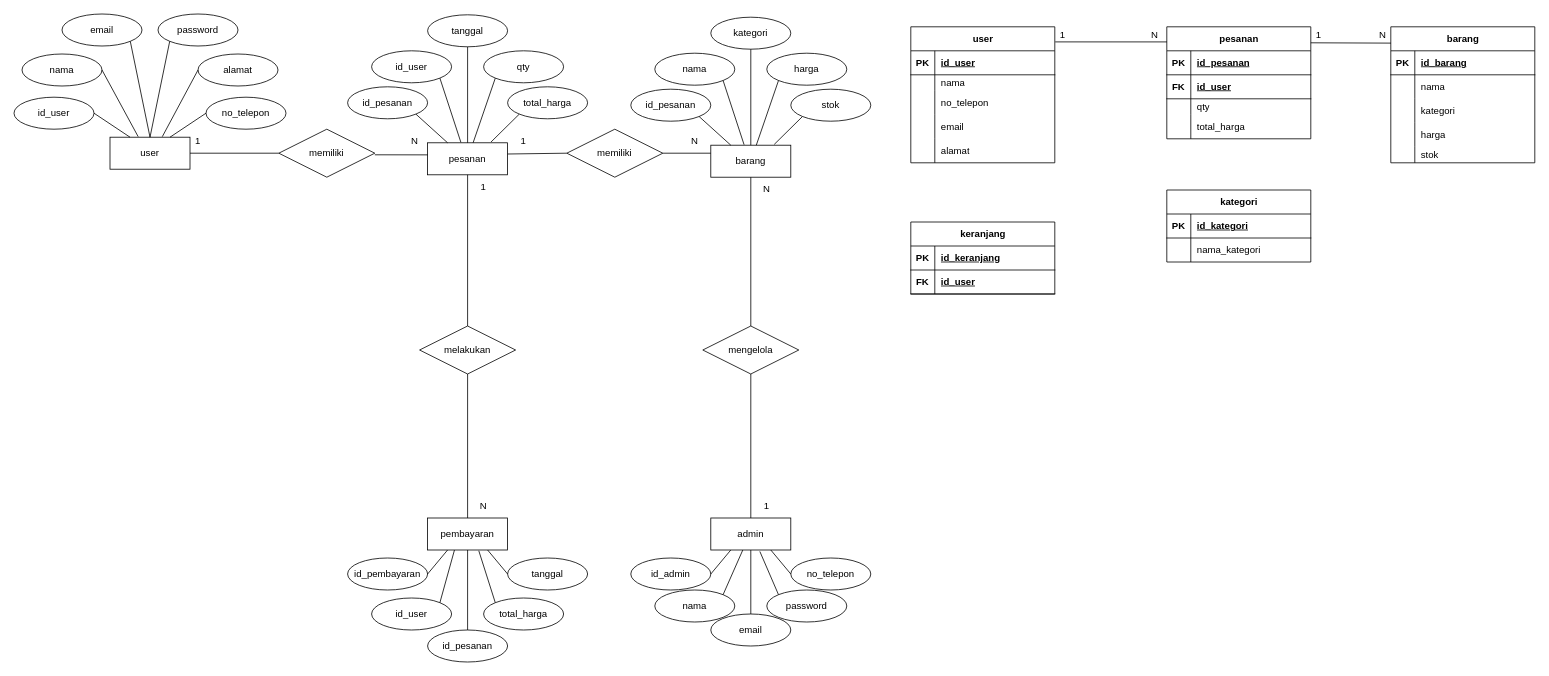
The draw.io diagram ERD-Ecommerce-Elektronik.drawio in zerocode0806/Flowchart-E-Comerce-Elektronik, before the edit. Source tidied: cells renumbered, new cells numbered last; positions are measured from the earlier drawing's top-left corner, leaving out a move shared by most shapes. Both pictures are drawn from the tidied source at 80%, with x=0, y=0 at pixel (14, 14).
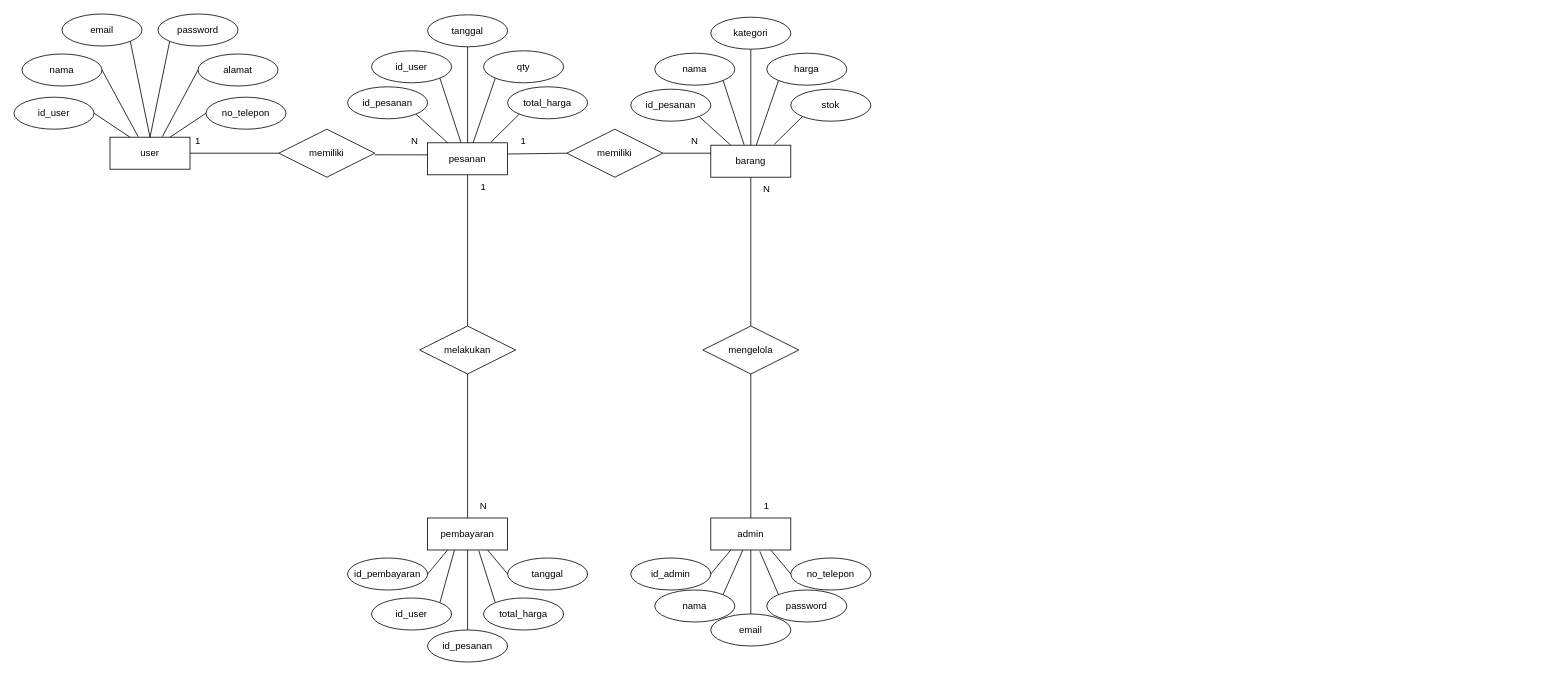
After the change.

Change to the diagram source:
```diff
@@
-    <mxCell id="8" value="user" style="shape=table;startSize=30;childLayout=tableLayout;rowLines=0;fontStyle=1;align=center;html=1;" parent="1" vertex="1">
-      <mxGeometry x="1121" y="16" width="180" height="170" as="geometry" />
-    </mxCell>
-    <mxCell id="9" style="shape=tableRow;horizontal=0;startSize=0;swimlaneHead=0;swimlaneBody=0;fillColor=none;top=0;left=0;right=0;bottom=1;" parent="8" vertex="1">
-      <mxGeometry y="30" width="180" height="30" as="geometry" />
-    </mxCell>
-    <mxCell id="10" value="PK" style="shape=partialRectangle;fillColor=none;top=0;left=0;bottom=0;right=0;fontStyle=1;overflow=hidden;whiteSpace=wrap;html=1;" parent="9" vertex="1">
-      <mxGeometry width="30" height="30" as="geometry" />
-    </mxCell>
-    <mxCell id="11" value="id_user" style="shape=partialRectangle;fillColor=none;top=0;left=0;bottom=0;right=0;align=left;spacingLeft=6;fontStyle=5;overflow=hidden;whiteSpace=wrap;html=1;" parent="9" vertex="1">
-      <mxGeometry x="30" width="150" height="30" as="geometry" />
-    </mxCell>
-    <mxCell id="12" style="shape=tableRow;horizontal=0;startSize=0;swimlaneHead=0;swimlaneBody=0;fillColor=none;top=0;left=0;right=0;bottom=0;" parent="8" vertex="1">
-      <mxGeometry y="60" width="180" height="20" as="geometry" />
-    </mxCell>
-    <mxCell id="13" style="shape=partialRectangle;fillColor=none;top=0;left=0;bottom=0;right=0;overflow=hidden;whiteSpace=wrap;html=1;" parent="12" vertex="1">
-      <mxGeometry width="30" height="20" as="geometry" />
-    </mxCell>
-    <mxCell id="14" value="nama" style="shape=partialRectangle;fillColor=none;top=0;left=0;bottom=0;right=0;align=left;spacingLeft=6;overflow=hidden;whiteSpace=wrap;html=1;" parent="12" vertex="1">
-      <mxGeometry x="30" width="150" height="20" as="geometry" />
-    </mxCell>
-    <mxCell id="15" style="shape=tableRow;horizontal=0;startSize=0;swimlaneHead=0;swimlaneBody=0;fillColor=none;top=0;left=0;right=0;bottom=0;" parent="8" vertex="1">
-      <mxGeometry y="80" width="180" height="30" as="geometry" />
-    </mxCell>
-    <mxCell id="16" style="shape=partialRectangle;fillColor=none;top=0;left=0;bottom=0;right=0;overflow=hidden;whiteSpace=wrap;html=1;" parent="15" vertex="1">
-      <mxGeometry width="30" height="30" as="geometry" />
-    </mxCell>
-    <mxCell id="17" value="no_telepon" style="shape=partialRectangle;fillColor=none;top=0;left=0;bottom=0;right=0;align=left;spacingLeft=6;overflow=hidden;whiteSpace=wrap;html=1;" parent="15" vertex="1">
-      <mxGeometry x="30" width="150" height="30" as="geometry" />
-    </mxCell>
-    <mxCell id="18" style="shape=tableRow;horizontal=0;startSize=0;swimlaneHead=0;swimlaneBody=0;fillColor=none;top=0;left=0;right=0;bottom=0;" parent="8" vertex="1">
-      <mxGeometry y="110" width="180" height="30" as="geometry" />
-    </mxCell>
-    <mxCell id="19" style="shape=partialRectangle;fillColor=none;top=0;left=0;bottom=0;right=0;overflow=hidden;whiteSpace=wrap;html=1;" parent="18" vertex="1">
-      <mxGeometry width="30" height="30" as="geometry" />
-    </mxCell>
-    <mxCell id="20" value="email" style="shape=partialRectangle;fillColor=none;top=0;left=0;bottom=0;right=0;align=left;spacingLeft=6;overflow=hidden;whiteSpace=wrap;html=1;" parent="18" vertex="1">
-      <mxGeometry x="30" width="150" height="30" as="geometry" />
-    </mxCell>
-    <mxCell id="21" style="shape=tableRow;horizontal=0;startSize=0;swimlaneHead=0;swimlaneBody=0;fillColor=none;top=0;left=0;right=0;bottom=0;" parent="8" vertex="1">
-      <mxGeometry y="140" width="180" height="30" as="geometry" />
-    </mxCell>
-    <mxCell id="22" style="shape=partialRectangle;fillColor=none;top=0;left=0;bottom=0;right=0;overflow=hidden;whiteSpace=wrap;html=1;" parent="21" vertex="1">
-      <mxGeometry width="30" height="30" as="geometry" />
-    </mxCell>
-    <mxCell id="23" value="alamat" style="shape=partialRectangle;fillColor=none;top=0;left=0;bottom=0;right=0;align=left;spacingLeft=6;overflow=hidden;whiteSpace=wrap;html=1;" parent="21" vertex="1">
-      <mxGeometry x="30" width="150" height="30" as="geometry" />
-    </mxCell>
-    <mxCell id="24" value="barang" style="shape=table;startSize=30;childLayout=tableLayout;rowLines=0;fontStyle=1;align=center;html=1;" parent="1" vertex="1">
-      <mxGeometry x="1721" y="16" width="180" height="170" as="geometry" />
-    </mxCell>
-    <mxCell id="25" style="shape=tableRow;horizontal=0;startSize=0;swimlaneHead=0;swimlaneBody=0;fillColor=none;top=0;left=0;right=0;bottom=1;" parent="24" vertex="1">
-      <mxGeometry y="30" width="180" height="30" as="geometry" />
-    </mxCell>
-    <mxCell id="26" value="PK" style="shape=partialRectangle;fillColor=none;top=0;left=0;bottom=0;right=0;fontStyle=1;overflow=hidden;whiteSpace=wrap;html=1;" parent="25" vertex="1">
-      <mxGeometry width="30" height="30" as="geometry" />
-    </mxCell>
-    <mxCell id="27" value="id_barang" style="shape=partialRectangle;fillColor=none;top=0;left=0;bottom=0;right=0;align=left;spacingLeft=6;fontStyle=5;overflow=hidden;whiteSpace=wrap;html=1;" parent="25" vertex="1">
-      <mxGeometry x="30" width="150" height="30" as="geometry" />
-    </mxCell>
-    <mxCell id="28" style="shape=tableRow;horizontal=0;startSize=0;swimlaneHead=0;swimlaneBody=0;fillColor=none;top=0;left=0;right=0;bottom=0;" parent="24" vertex="1">
-      <mxGeometry y="60" width="180" height="30" as="geometry" />
-    </mxCell>
-    <mxCell id="29" style="shape=partialRectangle;fillColor=none;top=0;left=0;bottom=0;right=0;overflow=hidden;whiteSpace=wrap;html=1;" parent="28" vertex="1">
-      <mxGeometry width="30" height="30" as="geometry" />
-    </mxCell>
-    <mxCell id="30" value="nama" style="shape=partialRectangle;fillColor=none;top=0;left=0;bottom=0;right=0;align=left;spacingLeft=6;overflow=hidden;whiteSpace=wrap;html=1;" parent="28" vertex="1">
-      <mxGeometry x="30" width="150" height="30" as="geometry" />
-    </mxCell>
-    <mxCell id="31" style="shape=tableRow;horizontal=0;startSize=0;swimlaneHead=0;swimlaneBody=0;fillColor=none;top=0;left=0;right=0;bottom=0;" parent="24" vertex="1">
-      <mxGeometry y="90" width="180" height="30" as="geometry" />
-    </mxCell>
-    <mxCell id="32" style="shape=partialRectangle;fillColor=none;top=0;left=0;bottom=0;right=0;overflow=hidden;whiteSpace=wrap;html=1;" parent="31" vertex="1">
-      <mxGeometry width="30" height="30" as="geometry" />
-    </mxCell>
-    <mxCell id="33" value="kategori" style="shape=partialRectangle;fillColor=none;top=0;left=0;bottom=0;right=0;align=left;spacingLeft=6;overflow=hidden;whiteSpace=wrap;html=1;" parent="31" vertex="1">
-      <mxGeometry x="30" width="150" height="30" as="geometry" />
-    </mxCell>
-    <mxCell id="34" style="shape=tableRow;horizontal=0;startSize=0;swimlaneHead=0;swimlaneBody=0;fillColor=none;top=0;left=0;right=0;bottom=0;" parent="24" vertex="1">
-      <mxGeometry y="120" width="180" height="30" as="geometry" />
-    </mxCell>
-    <mxCell id="35" style="shape=partialRectangle;fillColor=none;top=0;left=0;bottom=0;right=0;overflow=hidden;whiteSpace=wrap;html=1;" parent="34" vertex="1">
-      <mxGeometry width="30" height="30" as="geometry" />
-    </mxCell>
-    <mxCell id="36" value="harga" style="shape=partialRectangle;fillColor=none;top=0;left=0;bottom=0;right=0;align=left;spacingLeft=6;overflow=hidden;whiteSpace=wrap;html=1;" parent="34" vertex="1">
-      <mxGeometry x="30" width="150" height="30" as="geometry" />
-    </mxCell>
-    <mxCell id="37" style="shape=tableRow;horizontal=0;startSize=0;swimlaneHead=0;swimlaneBody=0;fillColor=none;top=0;left=0;right=0;bottom=0;" parent="24" vertex="1">
-      <mxGeometry y="150" width="180" height="20" as="geometry" />
-    </mxCell>
-    <mxCell id="38" style="shape=partialRectangle;fillColor=none;top=0;left=0;bottom=0;right=0;overflow=hidden;whiteSpace=wrap;html=1;" parent="37" vertex="1">
-      <mxGeometry width="30" height="20" as="geometry" />
-    </mxCell>
-    <mxCell id="39" value="stok" style="shape=partialRectangle;fillColor=none;top=0;left=0;bottom=0;right=0;align=left;spacingLeft=6;overflow=hidden;whiteSpace=wrap;html=1;" parent="37" vertex="1">
-      <mxGeometry x="30" width="150" height="20" as="geometry" />
-    </mxCell>
-    <mxCell id="40" value="pesanan" style="shape=table;startSize=30;childLayout=tableLayout;rowLines=0;fontStyle=1;align=center;html=1;" parent="1" vertex="1">
-      <mxGeometry x="1441" y="16" width="180" height="140" as="geometry" />
-    </mxCell>
-    <mxCell id="41" style="shape=tableRow;horizontal=0;startSize=0;swimlaneHead=0;swimlaneBody=0;fillColor=none;top=0;left=0;right=0;bottom=1;" parent="40" vertex="1">
-      <mxGeometry y="30" width="180" height="30" as="geometry" />
-    </mxCell>
-    <mxCell id="42" value="PK" style="shape=partialRectangle;fillColor=none;top=0;left=0;bottom=0;right=0;fontStyle=1;overflow=hidden;whiteSpace=wrap;html=1;" parent="41" vertex="1">
-      <mxGeometry width="30" height="30" as="geometry" />
-    </mxCell>
-    <mxCell id="43" value="id_pesanan" style="shape=partialRectangle;fillColor=none;top=0;left=0;bottom=0;right=0;align=left;spacingLeft=6;fontStyle=5;overflow=hidden;whiteSpace=wrap;html=1;" parent="41" vertex="1">
-      <mxGeometry x="30" width="150" height="30" as="geometry" />
-    </mxCell>
-    <mxCell id="44" style="shape=tableRow;horizontal=0;startSize=0;swimlaneHead=0;swimlaneBody=0;fillColor=none;top=0;left=0;right=0;bottom=1;" parent="40" vertex="1">
-      <mxGeometry y="60" width="180" height="30" as="geometry" />
-    </mxCell>
-    <mxCell id="45" value="FK" style="shape=partialRectangle;fillColor=none;top=0;left=0;bottom=0;right=0;fontStyle=1;overflow=hidden;whiteSpace=wrap;html=1;" parent="44" vertex="1">
-      <mxGeometry width="30" height="30" as="geometry" />
-    </mxCell>
-    <mxCell id="46" value="id_user" style="shape=partialRectangle;fillColor=none;top=0;left=0;bottom=0;right=0;align=left;spacingLeft=6;fontStyle=5;overflow=hidden;whiteSpace=wrap;html=1;" parent="44" vertex="1">
-      <mxGeometry x="30" width="150" height="30" as="geometry" />
-    </mxCell>
-    <mxCell id="47" style="shape=tableRow;horizontal=0;startSize=0;swimlaneHead=0;swimlaneBody=0;fillColor=none;top=0;left=0;right=0;bottom=0;" parent="40" vertex="1">
-      <mxGeometry y="90" width="180" height="20" as="geometry" />
-    </mxCell>
-    <mxCell id="48" style="shape=partialRectangle;fillColor=none;top=0;left=0;bottom=0;right=0;overflow=hidden;whiteSpace=wrap;html=1;" parent="47" vertex="1">
-      <mxGeometry width="30" height="20" as="geometry" />
-    </mxCell>
-    <mxCell id="49" value="qty" style="shape=partialRectangle;fillColor=none;top=0;left=0;bottom=0;right=0;align=left;spacingLeft=6;overflow=hidden;whiteSpace=wrap;html=1;" parent="47" vertex="1">
-      <mxGeometry x="30" width="150" height="20" as="geometry" />
-    </mxCell>
-    <mxCell id="50" style="shape=tableRow;horizontal=0;startSize=0;swimlaneHead=0;swimlaneBody=0;fillColor=none;top=0;left=0;right=0;bottom=0;" parent="40" vertex="1">
-      <mxGeometry y="110" width="180" height="30" as="geometry" />
-    </mxCell>
-    <mxCell id="51" style="shape=partialRectangle;fillColor=none;top=0;left=0;bottom=0;right=0;overflow=hidden;whiteSpace=wrap;html=1;" parent="50" vertex="1">
-      <mxGeometry width="30" height="30" as="geometry" />
-    </mxCell>
-    <mxCell id="52" value="total_harga" style="shape=partialRectangle;fillColor=none;top=0;left=0;bottom=0;right=0;align=left;spacingLeft=6;overflow=hidden;whiteSpace=wrap;html=1;" parent="50" vertex="1">
-      <mxGeometry x="30" width="150" height="30" as="geometry" />
-    </mxCell>
-    <mxCell id="53" style="endArrow=none;html=1;rounded=0;exitX=1.003;exitY=0.111;exitDx=0;exitDy=0;exitPerimeter=0;entryX=0.001;entryY=0.135;entryDx=0;entryDy=0;entryPerimeter=0;" parent="1" edge="1" source="8" target="40">
-      <mxGeometry relative="1" as="geometry" />
-    </mxCell>
-    <mxCell id="54" value="1" style="text;html=1;whiteSpace=wrap;strokeColor=none;fillColor=none;align=center;verticalAlign=middle;rounded=0;" parent="1" vertex="1">
-      <mxGeometry x="1281" y="11" width="60" height="30" as="geometry" />
-    </mxCell>
-    <mxCell id="55" value="N" style="text;html=1;whiteSpace=wrap;strokeColor=none;fillColor=none;align=center;verticalAlign=middle;rounded=0;" parent="1" vertex="1">
-      <mxGeometry x="1396" y="11" width="60" height="30" as="geometry" />
-    </mxCell>
-    <mxCell id="56" style="endArrow=none;html=1;rounded=0;entryX=0.001;entryY=0.12;entryDx=0;entryDy=0;entryPerimeter=0;" parent="1" edge="1" target="24">
-      <mxGeometry relative="1" as="geometry">
-        <mxPoint x="1621" y="36" as="sourcePoint" />
-      </mxGeometry>
-    </mxCell>
-    <mxCell id="57" value="1" style="text;html=1;whiteSpace=wrap;strokeColor=none;fillColor=none;align=center;verticalAlign=middle;rounded=0;" parent="1" vertex="1">
-      <mxGeometry x="1601" y="12" width="60" height="30" as="geometry" />
-    </mxCell>
-    <mxCell id="58" value="N" style="text;html=1;whiteSpace=wrap;strokeColor=none;fillColor=none;align=center;verticalAlign=middle;rounded=0;" parent="1" vertex="1">
-      <mxGeometry x="1681" y="11" width="60" height="30" as="geometry" />
-    </mxCell>
-    <mxCell id="59" value="keranjang" style="shape=table;startSize=30;childLayout=tableLayout;rowLines=0;fontStyle=1;align=center;html=1;" parent="1" vertex="1">
-      <mxGeometry x="1121" y="260" width="180" height="90" as="geometry" />
-    </mxCell>
-    <mxCell id="60" style="shape=tableRow;horizontal=0;startSize=0;swimlaneHead=0;swimlaneBody=0;fillColor=none;top=0;left=0;right=0;bottom=1;" parent="59" vertex="1">
-      <mxGeometry y="30" width="180" height="30" as="geometry" />
-    </mxCell>
-    <mxCell id="61" value="PK" style="shape=partialRectangle;fillColor=none;top=0;left=0;bottom=0;right=0;fontStyle=1;overflow=hidden;whiteSpace=wrap;html=1;" parent="60" vertex="1">
-      <mxGeometry width="30" height="30" as="geometry" />
-    </mxCell>
-    <mxCell id="62" value="id_keranjang" style="shape=partialRectangle;fillColor=none;top=0;left=0;bottom=0;right=0;align=left;spacingLeft=6;fontStyle=5;overflow=hidden;whiteSpace=wrap;html=1;" parent="60" vertex="1">
-      <mxGeometry x="30" width="150" height="30" as="geometry" />
-    </mxCell>
-    <mxCell id="63" style="shape=tableRow;horizontal=0;startSize=0;swimlaneHead=0;swimlaneBody=0;fillColor=none;top=0;left=0;right=0;bottom=1;" parent="59" vertex="1">
-      <mxGeometry y="60" width="180" height="30" as="geometry" />
-    </mxCell>
-    <mxCell id="64" value="FK" style="shape=partialRectangle;fillColor=none;top=0;left=0;bottom=0;right=0;fontStyle=1;overflow=hidden;whiteSpace=wrap;html=1;" parent="63" vertex="1">
-      <mxGeometry width="30" height="30" as="geometry" />
-    </mxCell>
-    <mxCell id="65" value="id_user" style="shape=partialRectangle;fillColor=none;top=0;left=0;bottom=0;right=0;align=left;spacingLeft=6;fontStyle=5;overflow=hidden;whiteSpace=wrap;html=1;" parent="63" vertex="1">
-      <mxGeometry x="30" width="150" height="30" as="geometry" />
-    </mxCell>
-    <mxCell id="66" value="kategori" style="shape=table;startSize=30;childLayout=tableLayout;rowLines=0;fontStyle=1;align=center;html=1;" parent="1" vertex="1">
-      <mxGeometry x="1441" y="220" width="180" height="90" as="geometry" />
-    </mxCell>
-    <mxCell id="67" style="shape=tableRow;horizontal=0;startSize=0;swimlaneHead=0;swimlaneBody=0;fillColor=none;top=0;left=0;right=0;bottom=1;" parent="66" vertex="1">
-      <mxGeometry y="30" width="180" height="30" as="geometry" />
-    </mxCell>
-    <mxCell id="68" value="PK" style="shape=partialRectangle;fillColor=none;top=0;left=0;bottom=0;right=0;fontStyle=1;overflow=hidden;whiteSpace=wrap;html=1;" parent="67" vertex="1">
-      <mxGeometry width="30" height="30" as="geometry" />
-    </mxCell>
-    <mxCell id="69" value="id_kategori" style="shape=partialRectangle;fillColor=none;top=0;left=0;bottom=0;right=0;align=left;spacingLeft=6;fontStyle=5;overflow=hidden;whiteSpace=wrap;html=1;" parent="67" vertex="1">
-      <mxGeometry x="30" width="150" height="30" as="geometry" />
-    </mxCell>
-    <mxCell id="70" style="shape=tableRow;horizontal=0;startSize=0;swimlaneHead=0;swimlaneBody=0;fillColor=none;top=0;left=0;right=0;bottom=0;" parent="66" vertex="1">
-      <mxGeometry y="60" width="180" height="30" as="geometry" />
-    </mxCell>
-    <mxCell id="71" style="shape=partialRectangle;fillColor=none;top=0;left=0;bottom=0;right=0;overflow=hidden;whiteSpace=wrap;html=1;" parent="70" vertex="1">
-      <mxGeometry width="30" height="30" as="geometry" />
-    </mxCell>
-    <mxCell id="72" value="nama_kategori" style="shape=partialRectangle;fillColor=none;top=0;left=0;bottom=0;right=0;align=left;spacingLeft=6;overflow=hidden;whiteSpace=wrap;html=1;" parent="70" vertex="1">
-      <mxGeometry x="30" width="150" height="30" as="geometry" />
-    </mxCell>
```
